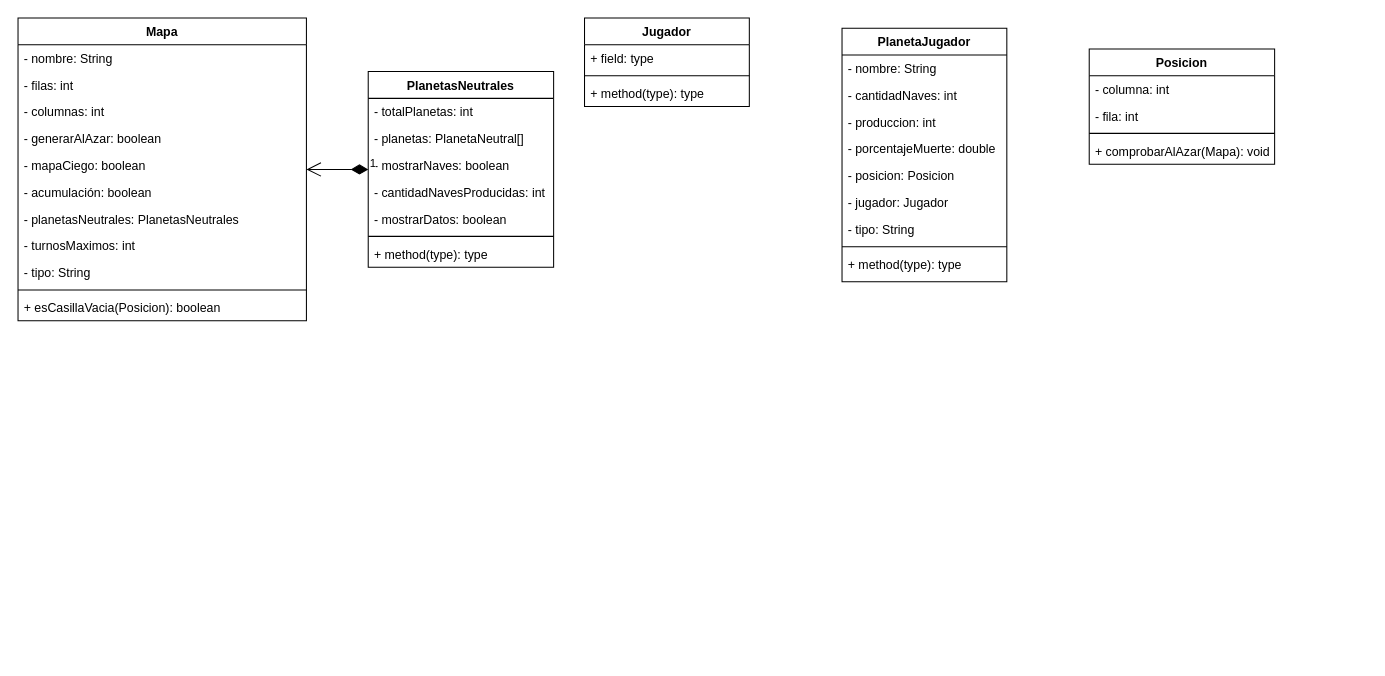
The draw.io diagram UML.drawio in alejandro-vasquez-es/konquest, before the edit. Source tidied: cells renumbered, new cells numbered last; positions are measured from the earlier drawing's top-left corner, leaving out a move shared by most shapes. Both pictures are drawn from the tidied source at 103%, with x=0, y=0 at pixel (18, 18).
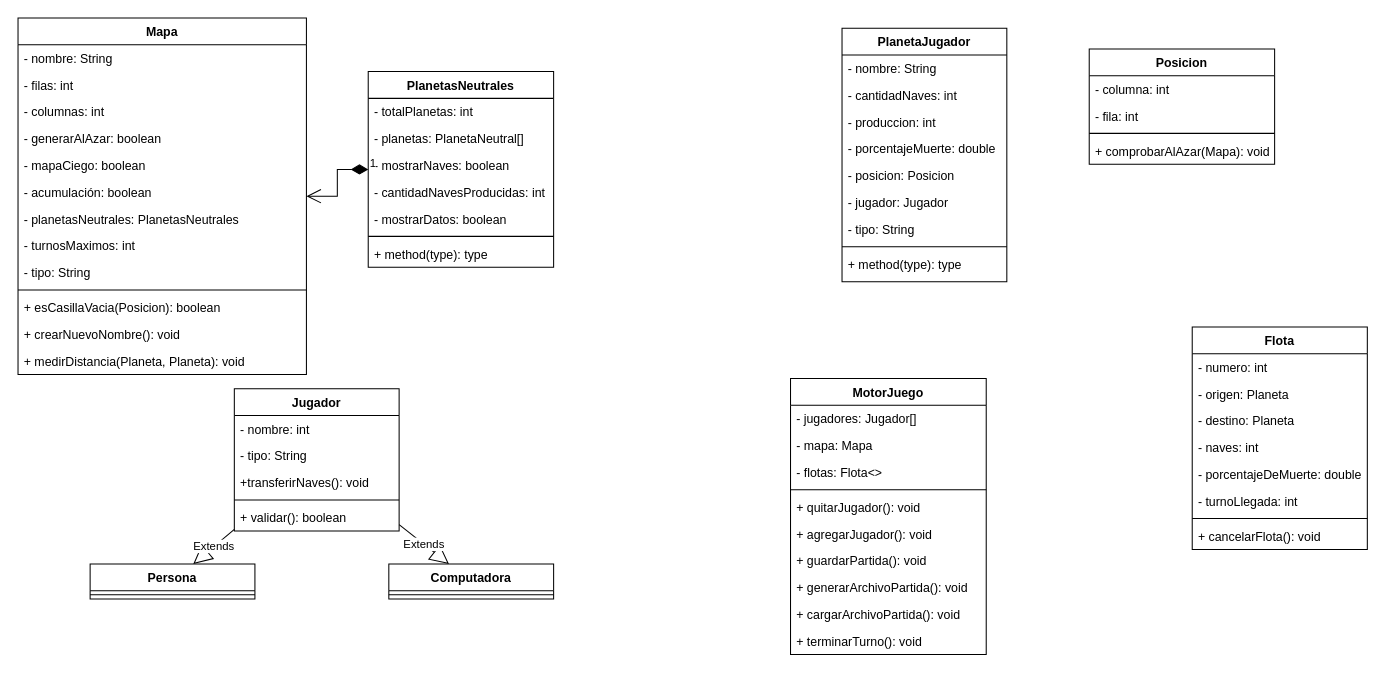
After the change.

Diff of the diagram source:
```diff
@@
     <mxCell id="2" value="Mapa" style="swimlane;fontStyle=1;align=center;verticalAlign=top;horizontal=1;startSize=26;" parent="1" vertex="1">
-      <mxGeometry width="280" height="294" as="geometry" />
+      <mxGeometry width="280" height="346" as="geometry" />
     </mxCell>
@@
+    <mxCell id="42" value="+ esCasillaVacia(Posicion): boolean" style="text;strokeColor=none;fillColor=none;align=left;verticalAlign=top;spacingLeft=4;spacingRight=4;overflow=hidden;" parent="2" vertex="1">
+      <mxGeometry y="268" width="280" height="26" as="geometry" />
+    </mxCell>
+    <mxCell id="43" value="+ crearNuevoNombre(): void" style="text;strokeColor=none;fillColor=none;align=left;verticalAlign=top;spacingLeft=4;spacingRight=4;overflow=hidden;" parent="2" vertex="1">
+      <mxGeometry y="294" width="280" height="26" as="geometry" />
+    </mxCell>
-    <mxCell id="13" value="+ esCasillaVacia(Posicion): boolean" style="text;strokeColor=none;fillColor=none;align=left;verticalAlign=top;spacingLeft=4;spacingRight=4;overflow=hidden;" parent="2" vertex="1">
-      <mxGeometry y="268" width="280" height="26" as="geometry" />
+    <mxCell id="13" value="+ medirDistancia(Planeta, Planeta): void" style="text;strokeColor=none;fillColor=none;align=left;verticalAlign=top;spacingLeft=4;spacingRight=4;overflow=hidden;" parent="2" vertex="1">
+      <mxGeometry y="320" width="280" height="26" as="geometry" />
     </mxCell>
@@
     <mxCell id="23" value="Jugador" style="swimlane;fontStyle=1;align=center;verticalAlign=top;horizontal=1;startSize=26;" parent="1" vertex="1">
-      <mxGeometry x="550" width="160" height="86" as="geometry" />
+      <mxGeometry x="210" y="360" width="160" height="138" as="geometry" />
     </mxCell>
-    <mxCell id="24" value="+ field: type" style="text;strokeColor=none;fillColor=none;align=left;verticalAlign=top;spacingLeft=4;spacingRight=4;overflow=hidden;" parent="23" vertex="1">
+    <mxCell id="24" value="- nombre: int" style="text;strokeColor=none;fillColor=none;align=left;verticalAlign=top;spacingLeft=4;spacingRight=4;overflow=hidden;" parent="23" vertex="1">
       <mxGeometry y="26" width="160" height="26" as="geometry" />
     </mxCell>
+    <mxCell id="44" value="- tipo: String" style="text;strokeColor=none;fillColor=none;align=left;verticalAlign=top;spacingLeft=4;spacingRight=4;overflow=hidden;" parent="23" vertex="1">
+      <mxGeometry y="52" width="160" height="26" as="geometry" />
+    </mxCell>
+    <mxCell id="45" value="+transferirNaves(): void" style="text;strokeColor=none;fillColor=none;align=left;verticalAlign=top;spacingLeft=4;spacingRight=4;overflow=hidden;" parent="23" vertex="1">
+      <mxGeometry y="78" width="160" height="26" as="geometry" />
+    </mxCell>
     <mxCell id="25" style="line;strokeWidth=1;fillColor=none;align=left;verticalAlign=middle;spacingTop=-1;spacingLeft=3;spacingRight=3;labelPosition=right;" parent="23" vertex="1">
-      <mxGeometry y="52" width="160" height="8" as="geometry" />
+      <mxGeometry y="104" width="160" height="8" as="geometry" />
     </mxCell>
-    <mxCell id="26" value="+ method(type): type" style="text;strokeColor=none;fillColor=none;align=left;verticalAlign=top;spacingLeft=4;spacingRight=4;overflow=hidden;" parent="23" vertex="1">
-      <mxGeometry y="60" width="160" height="26" as="geometry" />
+    <mxCell id="26" value="+ validar(): boolean" style="text;strokeColor=none;fillColor=none;align=left;verticalAlign=top;spacingLeft=4;spacingRight=4;overflow=hidden;" parent="23" vertex="1">
+      <mxGeometry y="112" width="160" height="26" as="geometry" />
     </mxCell>
@@
+    <mxCell id="46" value="Computadora" style="swimlane;fontStyle=1;align=center;verticalAlign=top;horizontal=1;startSize=26;" parent="1" vertex="1">
+      <mxGeometry x="360" y="530" width="160" height="34" as="geometry" />
+    </mxCell>
+    <mxCell id="47" style="line;strokeWidth=1;fillColor=none;align=left;verticalAlign=middle;spacingTop=-1;spacingLeft=3;spacingRight=3;labelPosition=right;" parent="46" vertex="1">
+      <mxGeometry y="26" width="160" height="8" as="geometry" />
+    </mxCell>
+    <mxCell id="48" value="Persona" style="swimlane;fontStyle=1;align=center;verticalAlign=top;horizontal=1;startSize=26;" parent="1" vertex="1">
+      <mxGeometry x="70" y="530" width="160" height="34" as="geometry" />
+    </mxCell>
+    <mxCell id="49" style="line;strokeWidth=1;fillColor=none;align=left;verticalAlign=middle;spacingTop=-1;spacingLeft=3;spacingRight=3;labelPosition=right;" parent="48" vertex="1">
+      <mxGeometry y="26" width="160" height="8" as="geometry" />
+    </mxCell>
+    <mxCell id="50" value="Extends" style="endArrow=block;endSize=16;endFill=0;html=1;rounded=0;" parent="1" edge="1" source="23" target="46">
+      <mxGeometry relative="1" as="geometry" />
+    </mxCell>
+    <mxCell id="51" value="Extends" style="endArrow=block;endSize=16;endFill=0;html=1;rounded=0;" parent="1" edge="1" source="23" target="48">
+      <mxGeometry relative="1" as="geometry" />
+    </mxCell>
+    <mxCell id="52" value="MotorJuego" style="swimlane;fontStyle=1;align=center;verticalAlign=top;horizontal=1;startSize=26;" parent="1" vertex="1">
+      <mxGeometry x="750" y="350" width="190" height="268" as="geometry" />
+    </mxCell>
+    <mxCell id="53" value="- jugadores: Jugador[]" style="text;strokeColor=none;fillColor=none;align=left;verticalAlign=top;spacingLeft=4;spacingRight=4;overflow=hidden;" parent="52" vertex="1">
+      <mxGeometry y="26" width="190" height="26" as="geometry" />
+    </mxCell>
+    <mxCell id="54" value="- mapa: Mapa" style="text;strokeColor=none;fillColor=none;align=left;verticalAlign=top;spacingLeft=4;spacingRight=4;overflow=hidden;" parent="52" vertex="1">
+      <mxGeometry y="52" width="190" height="26" as="geometry" />
+    </mxCell>
+    <mxCell id="55" value="- flotas: Flota&lt;&gt;" style="text;strokeColor=none;fillColor=none;align=left;verticalAlign=top;spacingLeft=4;spacingRight=4;overflow=hidden;" parent="52" vertex="1">
+      <mxGeometry y="78" width="190" height="26" as="geometry" />
+    </mxCell>
+    <mxCell id="56" style="line;strokeWidth=1;fillColor=none;align=left;verticalAlign=middle;spacingTop=-1;spacingLeft=3;spacingRight=3;labelPosition=right;" parent="52" vertex="1">
+      <mxGeometry y="104" width="190" height="8" as="geometry" />
+    </mxCell>
+    <mxCell id="57" value="+ quitarJugador(): void" style="text;strokeColor=none;fillColor=none;align=left;verticalAlign=top;spacingLeft=4;spacingRight=4;overflow=hidden;" parent="52" vertex="1">
+      <mxGeometry y="112" width="190" height="26" as="geometry" />
+    </mxCell>
+    <mxCell id="58" value="+ agregarJugador(): void" style="text;strokeColor=none;fillColor=none;align=left;verticalAlign=top;spacingLeft=4;spacingRight=4;overflow=hidden;" parent="52" vertex="1">
+      <mxGeometry y="138" width="190" height="26" as="geometry" />
+    </mxCell>
+    <mxCell id="59" value="+ guardarPartida(): void" style="text;strokeColor=none;fillColor=none;align=left;verticalAlign=top;spacingLeft=4;spacingRight=4;overflow=hidden;" parent="52" vertex="1">
+      <mxGeometry y="164" width="190" height="26" as="geometry" />
+    </mxCell>
+    <mxCell id="60" value="+ generarArchivoPartida(): void" style="text;strokeColor=none;fillColor=none;align=left;verticalAlign=top;spacingLeft=4;spacingRight=4;overflow=hidden;" parent="52" vertex="1">
+      <mxGeometry y="190" width="190" height="26" as="geometry" />
+    </mxCell>
+    <mxCell id="61" value="+ cargarArchivoPartida(): void" style="text;strokeColor=none;fillColor=none;align=left;verticalAlign=top;spacingLeft=4;spacingRight=4;overflow=hidden;" parent="52" vertex="1">
+      <mxGeometry y="216" width="190" height="26" as="geometry" />
+    </mxCell>
+    <mxCell id="62" value="+ terminarTurno(): void" style="text;strokeColor=none;fillColor=none;align=left;verticalAlign=top;spacingLeft=4;spacingRight=4;overflow=hidden;" parent="52" vertex="1">
+      <mxGeometry y="242" width="190" height="26" as="geometry" />
+    </mxCell>
+    <mxCell id="63" value="Flota" style="swimlane;fontStyle=1;align=center;verticalAlign=top;horizontal=1;startSize=26;" parent="1" vertex="1">
+      <mxGeometry x="1140" y="300" width="170" height="216" as="geometry" />
+    </mxCell>
+    <mxCell id="64" value="- numero: int" style="text;strokeColor=none;fillColor=none;align=left;verticalAlign=top;spacingLeft=4;spacingRight=4;overflow=hidden;" parent="63" vertex="1">
+      <mxGeometry y="26" width="170" height="26" as="geometry" />
+    </mxCell>
+    <mxCell id="65" value="- origen: Planeta" style="text;strokeColor=none;fillColor=none;align=left;verticalAlign=top;spacingLeft=4;spacingRight=4;overflow=hidden;" parent="63" vertex="1">
+      <mxGeometry y="52" width="170" height="26" as="geometry" />
+    </mxCell>
+    <mxCell id="66" value="- destino: Planeta" style="text;strokeColor=none;fillColor=none;align=left;verticalAlign=top;spacingLeft=4;spacingRight=4;overflow=hidden;" parent="63" vertex="1">
+      <mxGeometry y="78" width="170" height="26" as="geometry" />
+    </mxCell>
+    <mxCell id="67" value="- naves: int" style="text;strokeColor=none;fillColor=none;align=left;verticalAlign=top;spacingLeft=4;spacingRight=4;overflow=hidden;" parent="63" vertex="1">
+      <mxGeometry y="104" width="170" height="26" as="geometry" />
+    </mxCell>
+    <mxCell id="68" value="- porcentajeDeMuerte: double" style="text;strokeColor=none;fillColor=none;align=left;verticalAlign=top;spacingLeft=4;spacingRight=4;overflow=hidden;" parent="63" vertex="1">
+      <mxGeometry y="130" width="170" height="26" as="geometry" />
+    </mxCell>
+    <mxCell id="69" value="- turnoLlegada: int" style="text;strokeColor=none;fillColor=none;align=left;verticalAlign=top;spacingLeft=4;spacingRight=4;overflow=hidden;" parent="63" vertex="1">
+      <mxGeometry y="156" width="170" height="26" as="geometry" />
+    </mxCell>
+    <mxCell id="70" style="line;strokeWidth=1;fillColor=none;align=left;verticalAlign=middle;spacingTop=-1;spacingLeft=3;spacingRight=3;labelPosition=right;" parent="63" vertex="1">
+      <mxGeometry y="182" width="170" height="8" as="geometry" />
+    </mxCell>
+    <mxCell id="71" value="+ cancelarFlota(): void" style="text;strokeColor=none;fillColor=none;align=left;verticalAlign=top;spacingLeft=4;spacingRight=4;overflow=hidden;" parent="63" vertex="1">
+      <mxGeometry y="190" width="170" height="26" as="geometry" />
+    </mxCell>
```
